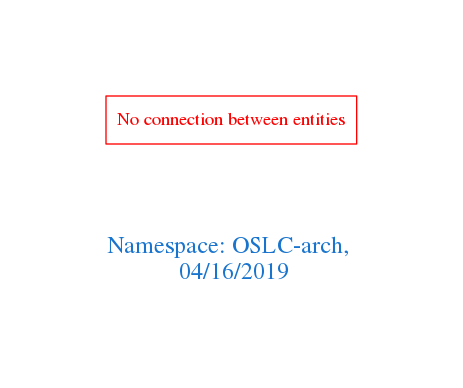
arago/OGIT keeps this Graphviz diagram as downloads/OSLC-arch.png. Above is the earlier version. Its source is kept beside it as downloads/OSLC-arch.dot.
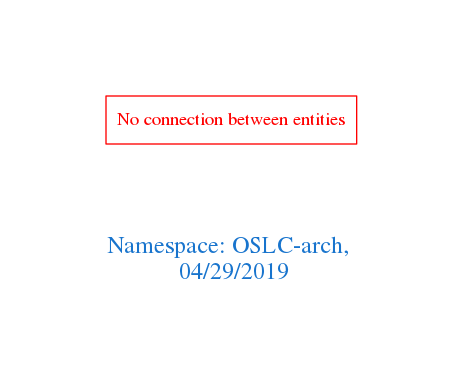
The same file after the commit.

What changed in the source:
```diff
@@ -1,7 +1,7 @@
 digraph OGIT_ontology {
  graph [ rankdir= LR,pad=1
 fontsize = 18,
-fontcolor= dodgerblue3,label = "\n\n\nNamespace: OSLC-arch, \n 04/16/2019"];
+fontcolor= dodgerblue3,label = "\n\n\nNamespace: OSLC-arch, \n 04/29/2019"];
 node[shape=polygon];
 edge [  color="gray81"];
 
```
